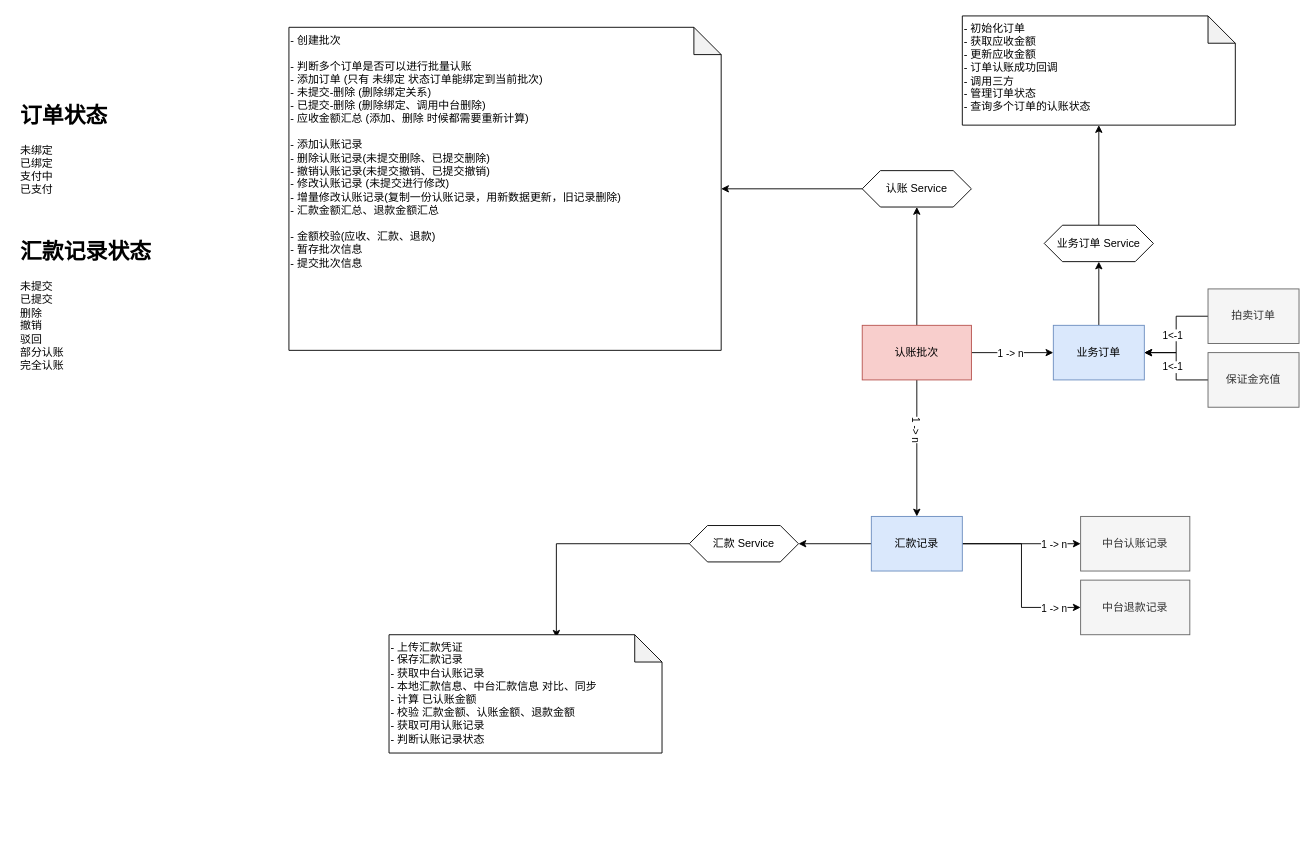
Before: 优信拍-网银多对多认账.drawio in specialnote/diagrams, a draw.io diagram. Source tidied: cells renumbered, new cells numbered last; positions are measured from the earlier drawing's top-left corner, leaving out a move shared by most shapes. Both pictures are drawn from the tidied source at 91%, with x=0, y=0 at pixel (15, 15).
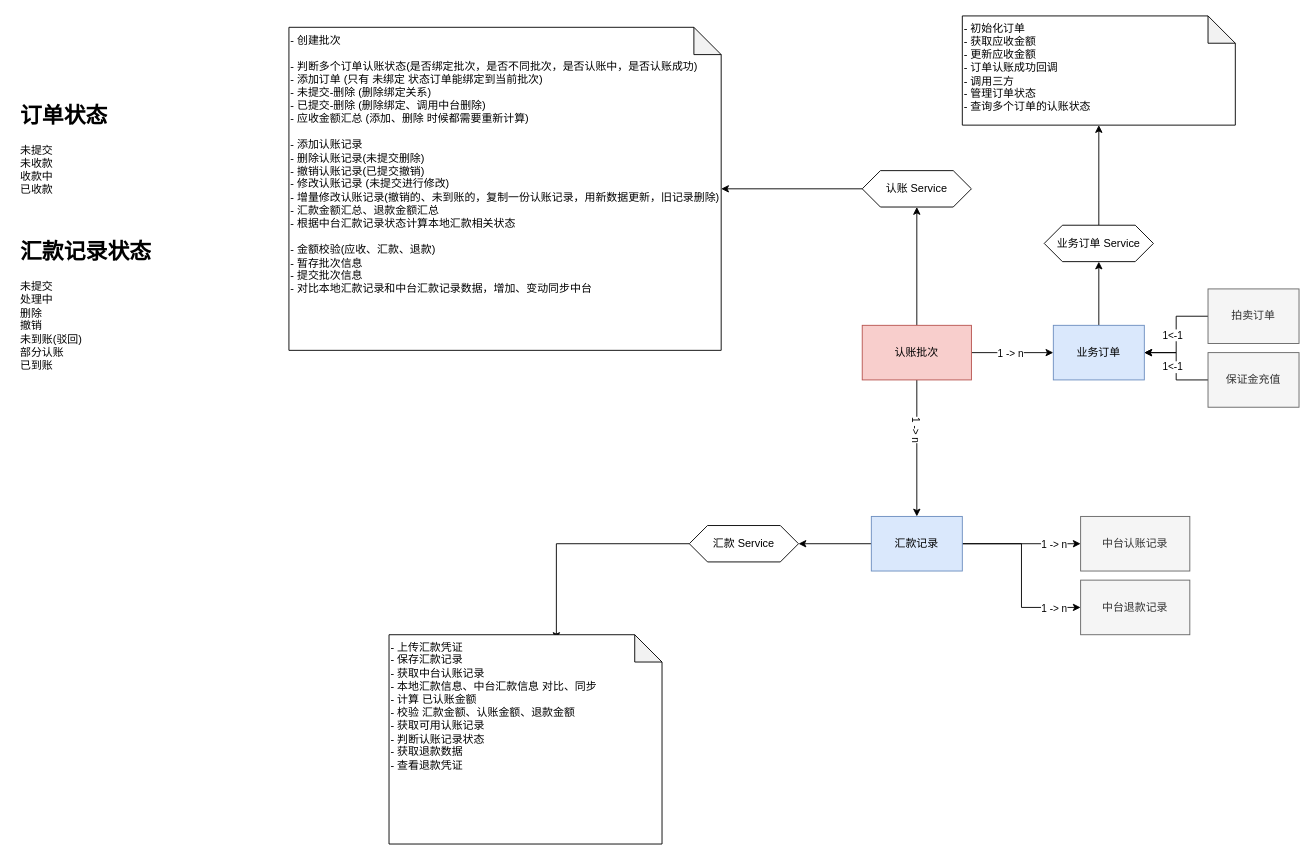
The same page after the edit.

Commit message:
Update 优信拍-网银多对多认账.drawio

Change to the diagram source:
```diff
@@
-    <mxCell id="18" value="&lt;div&gt;- 创建批次&lt;br&gt;&lt;/div&gt;&lt;div&gt;&lt;br&gt;&lt;/div&gt;&lt;div&gt;- 判断多个订单是否可以进行批量认账&lt;/div&gt;&lt;div&gt;- 添加订单 (只有 未绑定 状态订单能绑定到当前批次)&lt;br&gt;&lt;div&gt;- 未提交-删除 (删除绑定关系)&lt;/div&gt;- 已提交-删除 (删除绑定、调用中台删除)&lt;/div&gt;&lt;div&gt;- 应收金额汇总 (添加、删除 时候都需要重新计算)&lt;/div&gt;&lt;div&gt;&lt;br&gt;&lt;/div&gt;&lt;div&gt;- 添加认账记录&lt;/div&gt;&lt;div&gt;- 删除认账记录(未提交删除、已提交删除)&lt;/div&gt;&lt;div&gt;- 撤销认账记录(未提交撤销、已提交撤销)&lt;br&gt;&lt;/div&gt;&lt;div&gt;- 修改认账记录 (未提交进行修改)&lt;br&gt;- 增量修改认账记录(复制一份认账记录，用新数据更新，旧记录删除)&lt;/div&gt;&lt;div&gt;- 汇款金额汇总、退款金额汇总&lt;/div&gt;&lt;div&gt;&lt;br&gt;&lt;/div&gt;&lt;div&gt;- 金额校验(应收、汇款、退款)&lt;/div&gt;&lt;div&gt;- 暂存批次信息&lt;/div&gt;&lt;div&gt;- 提交批次信息&lt;br&gt;&lt;/div&gt;&lt;div&gt;&lt;br&gt;&lt;/div&gt;&lt;div&gt;&lt;br&gt;&lt;/div&gt;" style="shape=note;whiteSpace=wrap;html=1;backgroundOutline=1;darkOpacity=0.05;align=left;verticalAlign=top;" parent="1" vertex="1">
+    <mxCell id="18" value="&lt;div&gt;- 创建批次&lt;br&gt;&lt;/div&gt;&lt;div&gt;&lt;br&gt;&lt;/div&gt;&lt;div&gt;- 判断多个订单认账状态(是否绑定批次，是否不同批次，是否认账中，是否认账成功)&lt;/div&gt;&lt;div&gt;- 添加订单 (只有 未绑定 状态订单能绑定到当前批次)&lt;br&gt;&lt;div&gt;- 未提交-删除 (删除绑定关系)&lt;/div&gt;- 已提交-删除 (删除绑定、调用中台删除)&lt;/div&gt;&lt;div&gt;- 应收金额汇总 (添加、删除 时候都需要重新计算)&lt;/div&gt;&lt;div&gt;&lt;br&gt;&lt;/div&gt;&lt;div&gt;- 添加认账记录&lt;/div&gt;&lt;div&gt;- 删除认账记录(未提交删除)&lt;/div&gt;&lt;div&gt;- 撤销认账记录(已提交撤销)&lt;br&gt;&lt;/div&gt;&lt;div&gt;- 修改认账记录 (未提交进行修改)&lt;br&gt;- 增量修改认账记录(撤销的、未到账的，复制一份认账记录，用新数据更新，旧记录删除)&lt;/div&gt;&lt;div&gt;- 汇款金额汇总、退款金额汇总&lt;/div&gt;&lt;div&gt;- 根据中台汇款记录状态计算本地汇款相关状态&lt;br&gt;&lt;/div&gt;&lt;div&gt;&lt;br&gt;&lt;/div&gt;&lt;div&gt;- 金额校验(应收、汇款、退款)&lt;/div&gt;&lt;div&gt;- 暂存批次信息&lt;/div&gt;&lt;div&gt;- 提交批次信息&lt;/div&gt;&lt;div&gt;- 对比本地汇款记录和中台汇款记录数据，增加、变动同步中台&lt;/div&gt;&lt;div&gt;&lt;br&gt;&lt;/div&gt;&lt;div&gt;&lt;br&gt;&lt;/div&gt;" style="shape=note;whiteSpace=wrap;html=1;backgroundOutline=1;darkOpacity=0.05;align=left;verticalAlign=top;" parent="1" vertex="1">
       <mxGeometry x="300" y="12.5" width="475" height="355" as="geometry" />
     </mxCell>
-    <mxCell id="19" value="&lt;h1&gt;订单状态&lt;br&gt;&lt;/h1&gt;&lt;p&gt;未绑定&lt;br&gt;已绑定&lt;br&gt;支付中&lt;br&gt;已支付&lt;br&gt;&lt;/p&gt;" style="text;html=1;strokeColor=none;fillColor=none;spacing=5;spacingTop=-20;whiteSpace=wrap;overflow=hidden;rounded=0;" parent="1" vertex="1">
+    <mxCell id="19" value="&lt;h1&gt;订单状态&lt;br&gt;&lt;/h1&gt;&lt;p&gt;未提交&lt;br&gt;未收款&lt;br&gt;收款中&lt;br&gt;已收款&lt;br&gt;&lt;/p&gt;" style="text;html=1;strokeColor=none;fillColor=none;spacing=5;spacingTop=-20;whiteSpace=wrap;overflow=hidden;rounded=0;" parent="1" vertex="1">
       <mxGeometry y="90" width="190" height="170" as="geometry" />
     </mxCell>
-    <mxCell id="20" value="&lt;h1&gt;汇款记录状态&lt;br&gt;&lt;/h1&gt;&lt;p&gt;未提交&lt;br&gt;已提交&lt;br&gt;删除&lt;br&gt;撤销&lt;br&gt;驳回&lt;br&gt;部分认账&lt;br&gt;完全认账&lt;br&gt;&lt;br&gt;&lt;/p&gt;" style="text;html=1;strokeColor=none;fillColor=none;spacing=5;spacingTop=-20;whiteSpace=wrap;overflow=hidden;rounded=0;" parent="1" vertex="1">
+    <mxCell id="20" value="&lt;h1&gt;汇款记录状态&lt;br&gt;&lt;/h1&gt;&lt;p&gt;未提交&lt;br&gt;处理中&lt;br&gt;删除&lt;br&gt;撤销&lt;br&gt;未到账(驳回)&lt;br&gt;部分认账&lt;br&gt;已到账&lt;br&gt;&lt;br&gt;&lt;/p&gt;" style="text;html=1;strokeColor=none;fillColor=none;spacing=5;spacingTop=-20;whiteSpace=wrap;overflow=hidden;rounded=0;" parent="1" vertex="1">
       <mxGeometry y="240" width="200" height="170" as="geometry" />
     </mxCell>
@@
-    <mxCell id="32" value="&lt;div&gt;- 上传汇款凭证&lt;/div&gt;&lt;div&gt;- 保存汇款记录&lt;br&gt;&lt;/div&gt;&lt;div&gt;- 获取中台认账记录&lt;/div&gt;&lt;div&gt;- 本地汇款信息、中台汇款信息 对比、同步&lt;br&gt;&lt;/div&gt;&lt;div&gt;- 计算 已认账金额&lt;/div&gt;&lt;div&gt;- 校验 汇款金额、认账金额、退款金额&lt;/div&gt;&lt;div&gt;- 获取可用认账记录&lt;/div&gt;&lt;div&gt;- 判断认账记录状态&lt;br&gt;&lt;/div&gt;" style="shape=note;whiteSpace=wrap;html=1;backgroundOutline=1;darkOpacity=0.05;align=left;verticalAlign=top;" parent="1" vertex="1">
-      <mxGeometry x="410" y="680" width="300" height="130" as="geometry" />
+    <mxCell id="32" value="&lt;div&gt;- 上传汇款凭证&lt;/div&gt;&lt;div&gt;- 保存汇款记录&lt;br&gt;&lt;/div&gt;&lt;div&gt;- 获取中台认账记录&lt;/div&gt;&lt;div&gt;- 本地汇款信息、中台汇款信息 对比、同步&lt;br&gt;&lt;/div&gt;&lt;div&gt;- 计算 已认账金额&lt;/div&gt;&lt;div&gt;- 校验 汇款金额、认账金额、退款金额&lt;/div&gt;&lt;div&gt;- 获取可用认账记录&lt;/div&gt;&lt;div&gt;- 判断认账记录状态&lt;/div&gt;&lt;div&gt;- 获取退款数据&lt;br&gt;&lt;/div&gt;&lt;div&gt;- 查看退款凭证&lt;br&gt;&lt;/div&gt;" style="shape=note;whiteSpace=wrap;html=1;backgroundOutline=1;darkOpacity=0.05;align=left;verticalAlign=top;" parent="1" vertex="1">
+      <mxGeometry x="410" y="680" width="300" height="230" as="geometry" />
     </mxCell>
```
